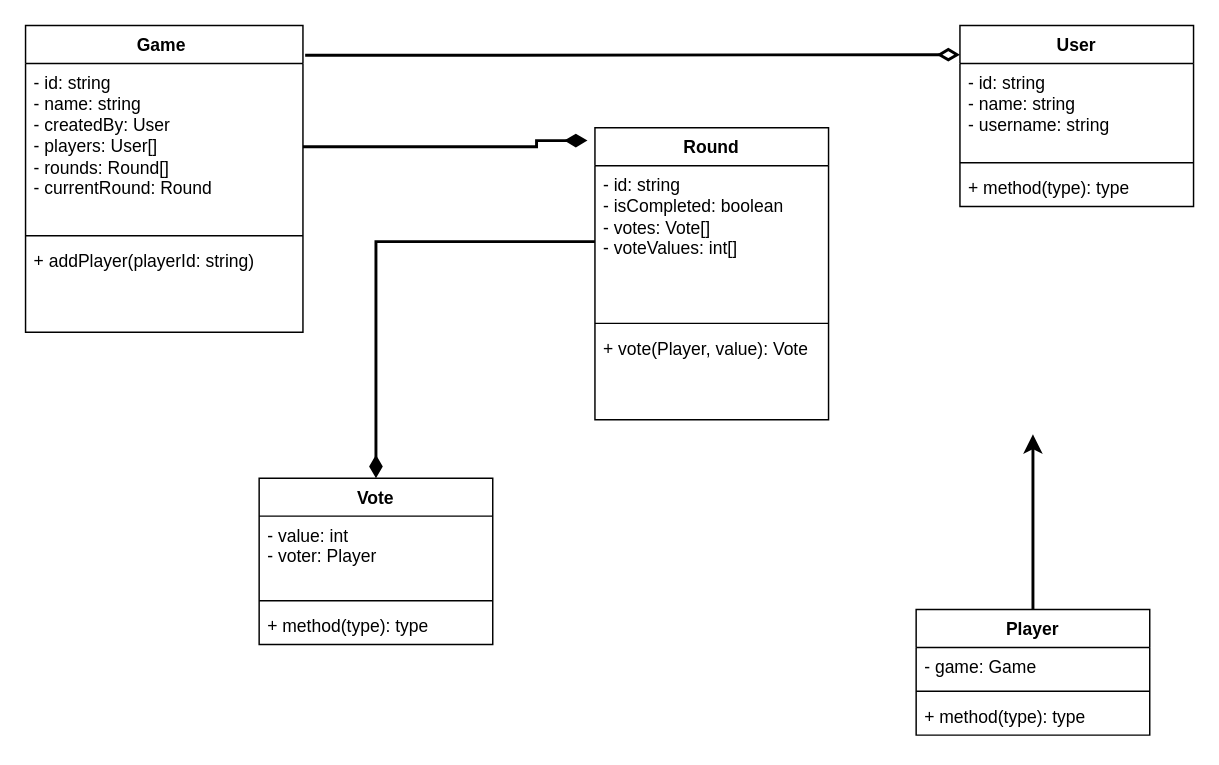
This is planningwithpoker.drawio from pashyaaa/planningwithpoker, a draw.io file, before an edit. Source tidied: cells renumbered, new cells numbered last; positions are measured from the earlier drawing's top-left corner, leaving out a move shared by most shapes. Both pictures are drawn from the tidied source at 146%, with x=0, y=0 at pixel (25, 25).
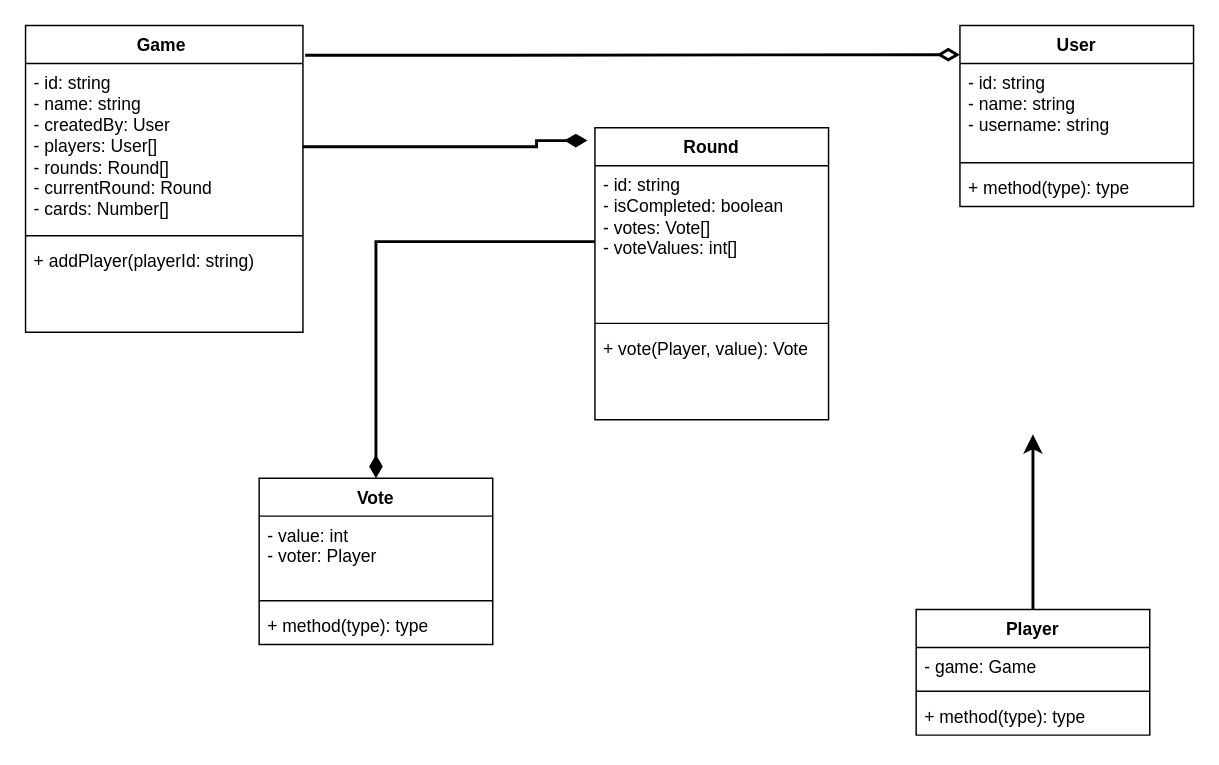
The same diagram, later.

Commit message (it also covers changes not shown here):
User image upload functionality added

Unchanged cells that the change refers to:
```xml
<mxCell id="2" value="Game&lt;span style=&quot;white-space: pre;&quot;&gt; &lt;/span&gt;" style="swimlane;fontStyle=1;align=center;verticalAlign=top;horizontal=1;startSize=26;whiteSpace=wrap;html=1;" parent="1" vertex="1">
  <mxGeometry width="190" height="210" as="geometry" />
</mxCell>
```

Diff of the diagram source:
```diff
@@
-    <mxCell id="3" value="- id: string&lt;br&gt;- name: string&lt;br&gt;- createdBy: User&lt;br&gt;- players: User[]&lt;br&gt;- rounds: Round[]&lt;br&gt;- currentRound: Round" style="text;strokeColor=none;fillColor=none;align=left;verticalAlign=top;spacingLeft=4;spacingRight=4;overflow=hidden;points=[[0,0.5],[1,0.5]];portConstraint=eastwest;whiteSpace=wrap;html=1;" parent="2" vertex="1">
+    <mxCell id="3" value="- id: string&lt;br&gt;- name: string&lt;br&gt;- createdBy: User&lt;br&gt;- players: User[]&lt;br&gt;- rounds: Round[]&lt;br&gt;- currentRound: Round&lt;br&gt;- cards: Number[]" style="text;strokeColor=none;fillColor=none;align=left;verticalAlign=top;spacingLeft=4;spacingRight=4;overflow=hidden;points=[[0,0.5],[1,0.5]];portConstraint=eastwest;whiteSpace=wrap;html=1;" parent="2" vertex="1">
       <mxGeometry y="26" width="190" height="114" as="geometry" />
     </mxCell>
```
